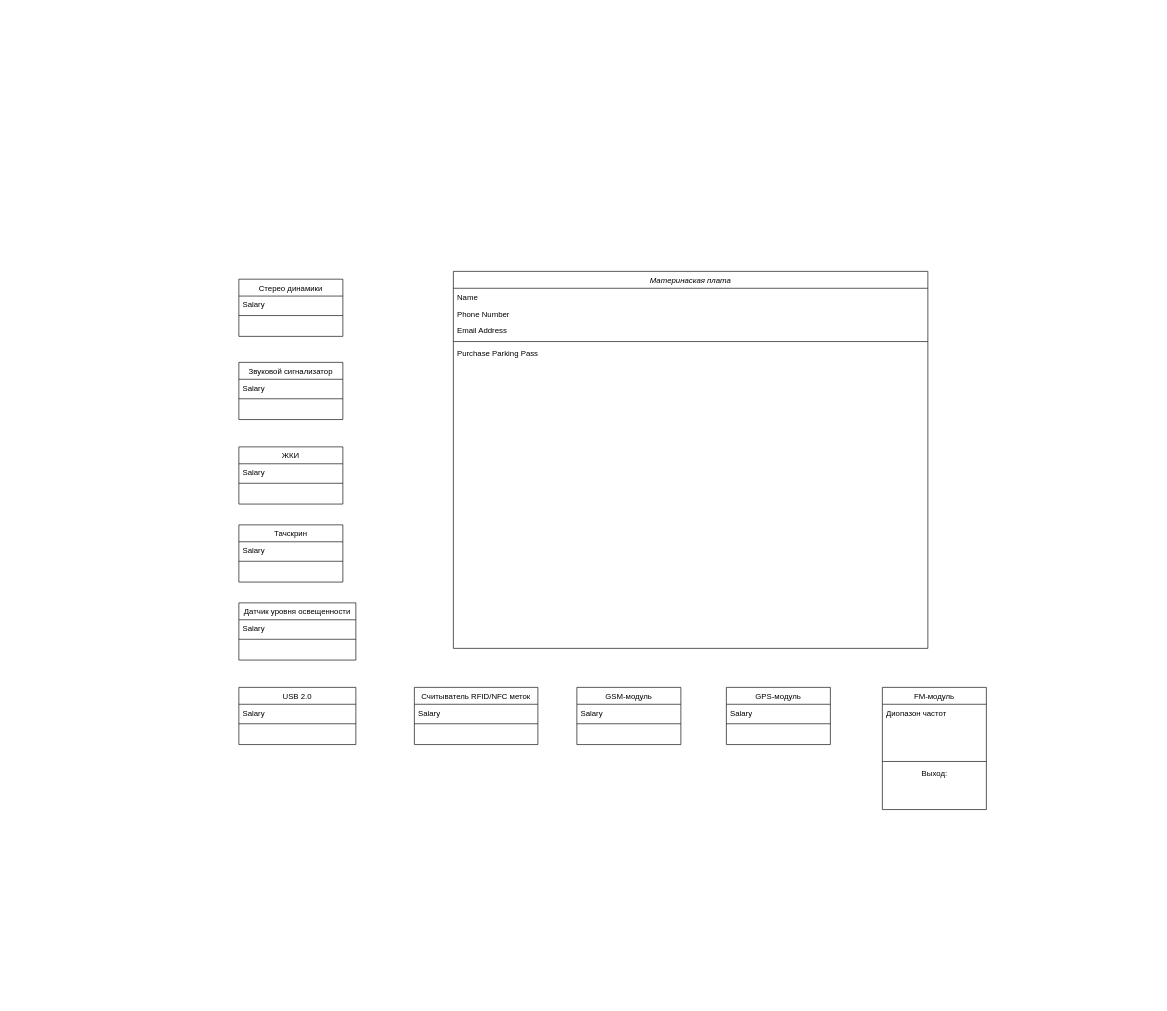
Before: 1.drawio in hsdgxoafadsvc/vbaMacros, a draw.io diagram. Source tidied: cells renumbered, new cells numbered last; positions are measured from the earlier drawing's top-left corner, leaving out a move shared by most shapes. Both pictures are drawn from the tidied source at 65%, with x=0, y=0 at pixel (239, 271).
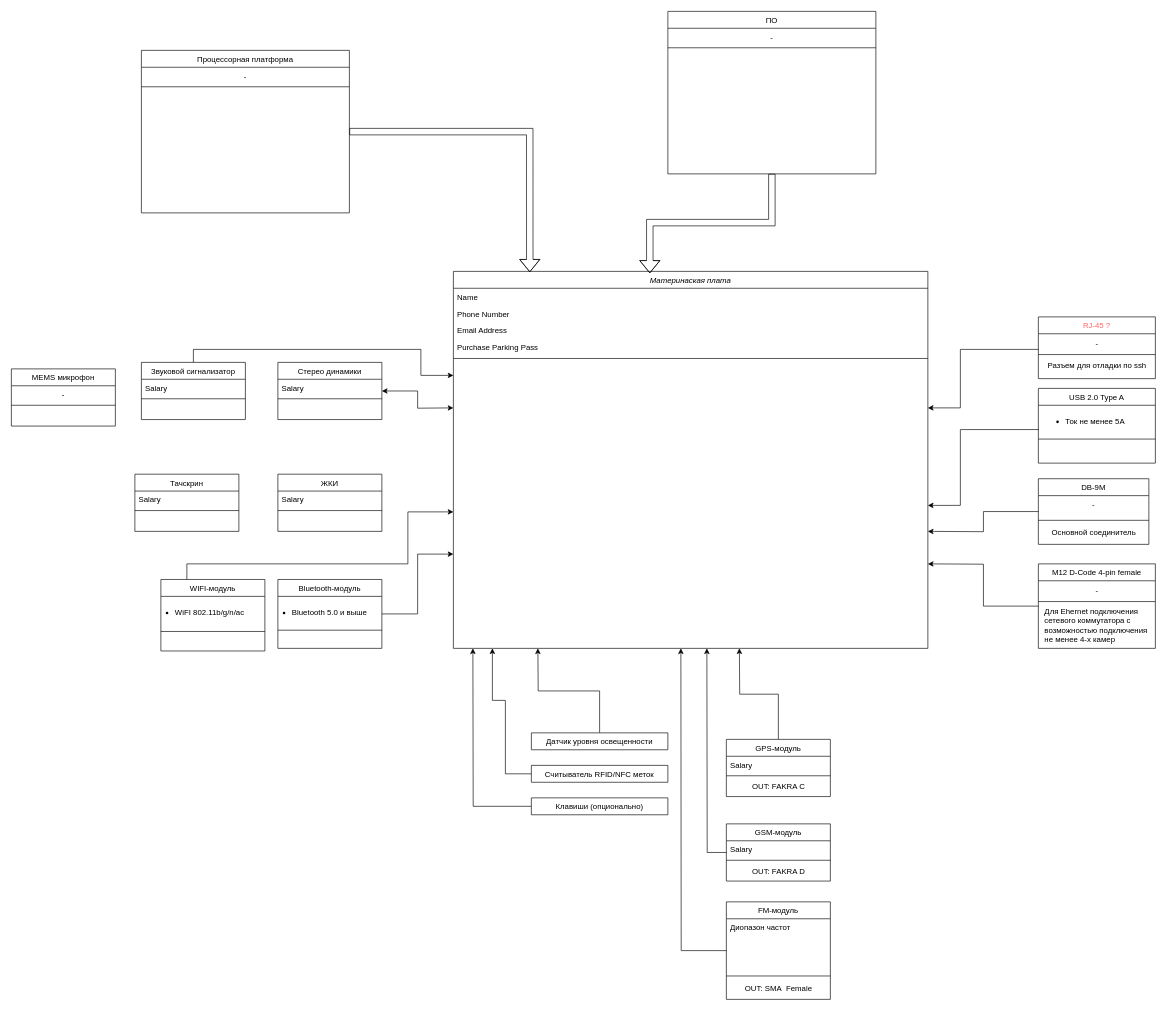
After the change.

The change refers to these unchanged cells:
```xml
<mxCell id="2" value="Материнаская плата" style="swimlane;fontStyle=2;align=center;verticalAlign=top;horizontal=1;startSize=26;rounded=0;shadow=0;strokeWidth=1;" parent="1" vertex="1">
  <mxGeometry x="330" width="730" height="580" as="geometry" />
</mxCell>
```

Change to the diagram source:
```diff
@@
+    <mxCell id="7" value="Purchase Parking Pass" style="text;align=left;verticalAlign=top;spacingLeft=4;spacingRight=4;overflow=hidden;" parent="2" vertex="1">
+      <mxGeometry y="104" width="730" height="26" as="geometry" />
+    </mxCell>
     <mxCell id="6" style="line;html=1;strokeWidth=1;align=left;verticalAlign=middle;spacingTop=-1;spacingLeft=3;spacingRight=3;labelPosition=right;" parent="2" vertex="1">
-      <mxGeometry y="104" width="730" height="8" as="geometry" />
+      <mxGeometry y="130" width="730" height="8" as="geometry" />
     </mxCell>
-    <mxCell id="7" value="Purchase Parking Pass" style="text;align=left;verticalAlign=top;spacingLeft=4;spacingRight=4;overflow=hidden;" parent="2" vertex="1">
-      <mxGeometry y="112" width="730" height="26" as="geometry" />
-    </mxCell>
+    <mxCell id="39" style="edgeStyle=orthogonalEdgeStyle;rounded=0;jettySize=auto;html=1;" parent="1" edge="1" source="8">
+      <mxGeometry relative="1" as="geometry">
+        <mxPoint x="680" y="580" as="targetPoint" />
+      </mxGeometry>
+    </mxCell>
     <mxCell id="8" value="FM-модуль" style="swimlane;fontStyle=0;align=center;verticalAlign=top;horizontal=1;startSize=26;rounded=0;shadow=0;strokeWidth=1;" parent="1" vertex="1">
-      <mxGeometry x="990" y="640" width="160" height="188" as="geometry" />
+      <mxGeometry x="750" y="970" width="160" height="150" as="geometry" />
     </mxCell>
@@
-    <mxCell id="11" value="Выход: " style="text;html=1;align=center;verticalAlign=middle;strokeColor=none;fillColor=none;" parent="8" vertex="1">
+    <mxCell id="11" value="OUT: SMA&amp;nbsp; Female" style="text;html=1;align=center;verticalAlign=middle;strokeColor=none;fillColor=none;" parent="8" vertex="1">
       <mxGeometry y="118" width="160" height="30" as="geometry" />
     </mxCell>
+    <mxCell id="40" style="edgeStyle=orthogonalEdgeStyle;rounded=0;jettySize=auto;html=1;" parent="1" edge="1" source="12">
+      <mxGeometry relative="1" as="geometry">
+        <mxPoint x="770" y="580" as="targetPoint" />
+      </mxGeometry>
+    </mxCell>
     <mxCell id="12" value="GPS-модуль" style="swimlane;fontStyle=0;align=center;verticalAlign=top;horizontal=1;startSize=26;rounded=0;shadow=0;strokeWidth=1;" parent="1" vertex="1">
-      <mxGeometry x="750" y="640" width="160" height="88" as="geometry" />
+      <mxGeometry x="750" y="720" width="160" height="88" as="geometry" />
     </mxCell>
@@
+    <mxCell id="41" style="edgeStyle=orthogonalEdgeStyle;rounded=0;jettySize=auto;html=1;" parent="1" edge="1" source="15">
+      <mxGeometry relative="1" as="geometry">
+        <mxPoint x="720" y="580" as="targetPoint" />
+      </mxGeometry>
+    </mxCell>
     <mxCell id="15" value="GSM-модуль" style="swimlane;fontStyle=0;align=center;verticalAlign=top;horizontal=1;startSize=26;rounded=0;shadow=0;strokeWidth=1;" parent="1" vertex="1">
-      <mxGeometry x="520" y="640" width="160" height="88" as="geometry" />
+      <mxGeometry x="750" y="850" width="160" height="88" as="geometry" />
     </mxCell>
@@
     <mxCell id="18" value="ЖКИ" style="swimlane;fontStyle=0;align=center;verticalAlign=top;horizontal=1;startSize=26;rounded=0;shadow=0;strokeWidth=1;" parent="1" vertex="1">
-      <mxGeometry y="270" width="160" height="88" as="geometry" />
+      <mxGeometry x="60" y="312" width="160" height="88" as="geometry" />
     </mxCell>
@@
     <mxCell id="21" value="Тачскрин" style="swimlane;fontStyle=0;align=center;verticalAlign=top;horizontal=1;startSize=26;rounded=0;shadow=0;strokeWidth=1;" parent="1" vertex="1">
-      <mxGeometry y="390" width="160" height="88" as="geometry" />
+      <mxGeometry x="-160" y="312" width="160" height="88" as="geometry" />
     </mxCell>
@@
+    <mxCell id="42" style="edgeStyle=orthogonalEdgeStyle;rounded=0;jettySize=auto;html=1;startArrow=classic;startFill=1;" parent="1" edge="1" source="24">
+      <mxGeometry relative="1" as="geometry">
+        <mxPoint x="330" y="210" as="targetPoint" />
+      </mxGeometry>
+    </mxCell>
     <mxCell id="24" value="Стерео динамики" style="swimlane;fontStyle=0;align=center;verticalAlign=top;horizontal=1;startSize=26;rounded=0;shadow=0;strokeWidth=1;" parent="1" vertex="1">
-      <mxGeometry y="12" width="160" height="88" as="geometry" />
+      <mxGeometry x="60" y="140" width="160" height="88" as="geometry" />
     </mxCell>
@@
+    <mxCell id="43" style="edgeStyle=orthogonalEdgeStyle;rounded=0;jettySize=auto;html=1;" parent="1" edge="1" source="27">
+      <mxGeometry relative="1" as="geometry">
+        <mxPoint x="330" y="160" as="targetPoint" />
+        <Array as="points">
+          <mxPoint x="-70" y="120" />
+          <mxPoint x="280" y="120" />
+          <mxPoint x="280" y="160" />
+        </Array>
+      </mxGeometry>
+    </mxCell>
     <mxCell id="27" value="Звуковой сигнализатор" style="swimlane;fontStyle=0;align=center;verticalAlign=top;horizontal=1;startSize=26;rounded=0;shadow=0;strokeWidth=1;" parent="1" vertex="1">
-      <mxGeometry y="140" width="160" height="88" as="geometry" />
+      <mxGeometry x="-150" y="140" width="160" height="88" as="geometry" />
     </mxCell>
@@
+    <mxCell id="44" style="edgeStyle=orthogonalEdgeStyle;rounded=0;jettySize=auto;html=1;" parent="1" edge="1" source="30">
+      <mxGeometry relative="1" as="geometry">
+        <mxPoint x="460" y="580" as="targetPoint" />
+      </mxGeometry>
+    </mxCell>
-    <mxCell id="30" value="Датчик уровня освещенности" style="swimlane;fontStyle=0;align=center;verticalAlign=top;horizontal=1;startSize=26;rounded=0;shadow=0;strokeWidth=1;" parent="1" vertex="1">
-      <mxGeometry y="510" width="180" height="88" as="geometry" />
+    <mxCell id="30" value="Датчик уровня освещенности" style="swimlane;fontStyle=0;align=center;verticalAlign=top;horizontal=1;startSize=26;rounded=0;shadow=0;strokeWidth=1;" parent="1" vertex="1" collapsed="1">
+      <mxGeometry x="450" y="710" width="210" height="26" as="geometry" />
     </mxCell>
-    <mxCell id="31" value="Salary" style="text;align=left;verticalAlign=top;spacingLeft=4;spacingRight=4;overflow=hidden;" parent="30" vertex="1">
-      <mxGeometry y="26" width="180" height="26" as="geometry" />
-    </mxCell>
-    <mxCell id="32" style="line;html=1;strokeWidth=1;align=left;verticalAlign=middle;spacingTop=-1;spacingLeft=3;spacingRight=3;labelPosition=right;" parent="30" vertex="1">
-      <mxGeometry y="52" width="180" height="8" as="geometry" />
-    </mxCell>
+    <mxCell id="45" style="edgeStyle=orthogonalEdgeStyle;rounded=0;jettySize=auto;html=1;exitX=0.004;exitY=0.747;exitDx=0;exitDy=0;exitPerimeter=0;" parent="1" edge="1" source="46">
+      <mxGeometry relative="1" as="geometry">
+        <mxPoint x="1060" y="360" as="targetPoint" />
+        <Array as="points">
+          <mxPoint x="1110" y="243" />
+          <mxPoint x="1110" y="360" />
+        </Array>
+      </mxGeometry>
+    </mxCell>
-    <mxCell id="33" value="USB 2.0" style="swimlane;fontStyle=0;align=center;verticalAlign=top;horizontal=1;startSize=26;rounded=0;shadow=0;strokeWidth=1;" parent="1" vertex="1">
-      <mxGeometry y="640" width="180" height="88" as="geometry" />
+    <mxCell id="33" value="USB 2.0 Type A" style="swimlane;fontStyle=0;align=center;verticalAlign=top;horizontal=1;startSize=26;rounded=0;shadow=0;strokeWidth=1;" parent="1" vertex="1">
+      <mxGeometry x="1230" y="180" width="180" height="115" as="geometry" />
     </mxCell>
-    <mxCell id="34" value="Salary" style="text;align=left;verticalAlign=top;spacingLeft=4;spacingRight=4;overflow=hidden;" parent="33" vertex="1">
-      <mxGeometry y="26" width="180" height="26" as="geometry" />
-    </mxCell>
+    <mxCell id="46" value="&lt;div align=&quot;left&quot;&gt;&lt;ul&gt;&lt;li&gt;Ток не менее 5А&lt;/li&gt;&lt;/ul&gt;&lt;/div&gt;" style="text;html=1;align=left;verticalAlign=middle;points=[];strokeColor=none;fillColor=none;" parent="33" vertex="1">
+      <mxGeometry y="26" width="180" height="50" as="geometry" />
+    </mxCell>
     <mxCell id="35" style="line;html=1;strokeWidth=1;align=left;verticalAlign=middle;spacingTop=-1;spacingLeft=3;spacingRight=3;labelPosition=right;" parent="33" vertex="1">
-      <mxGeometry y="52" width="180" height="8" as="geometry" />
+      <mxGeometry y="76" width="180" height="4" as="geometry" />
     </mxCell>
+    <mxCell id="47" style="edgeStyle=orthogonalEdgeStyle;rounded=0;jettySize=auto;html=1;" parent="1" edge="1" source="36">
+      <mxGeometry relative="1" as="geometry">
+        <mxPoint x="390" y="580" as="targetPoint" />
+        <Array as="points">
+          <mxPoint x="410" y="773" />
+          <mxPoint x="410" y="660" />
+        </Array>
+      </mxGeometry>
+    </mxCell>
-    <mxCell id="36" value="Считыватель RFID/NFC меток" style="swimlane;fontStyle=0;align=center;verticalAlign=top;horizontal=1;startSize=26;rounded=0;shadow=0;strokeWidth=1;" parent="1" vertex="1">
-      <mxGeometry x="270" y="640" width="190" height="88" as="geometry" />
+    <mxCell id="36" value="Считыватель RFID/NFC меток" style="swimlane;fontStyle=0;align=center;verticalAlign=top;horizontal=1;startSize=26;rounded=0;shadow=0;strokeWidth=1;" parent="1" vertex="1" collapsed="1">
+      <mxGeometry x="450" y="760" width="210" height="26" as="geometry" />
     </mxCell>
-    <mxCell id="37" value="Salary" style="text;align=left;verticalAlign=top;spacingLeft=4;spacingRight=4;overflow=hidden;" parent="36" vertex="1">
-      <mxGeometry y="26" width="190" height="26" as="geometry" />
-    </mxCell>
-    <mxCell id="38" style="line;html=1;strokeWidth=1;align=left;verticalAlign=middle;spacingTop=-1;spacingLeft=3;spacingRight=3;labelPosition=right;" parent="36" vertex="1">
-      <mxGeometry y="52" width="190" height="8" as="geometry" />
-    </mxCell>
+    <mxCell id="48" value="Процессорная платформа" style="swimlane;fontStyle=0;align=center;verticalAlign=top;horizontal=1;startSize=26;rounded=0;shadow=0;strokeWidth=1;" parent="1" vertex="1">
+      <mxGeometry x="-150" y="-340" width="320" height="250" as="geometry" />
+    </mxCell>
+    <mxCell id="49" value="-" style="text;align=center;verticalAlign=top;spacingLeft=4;spacingRight=4;overflow=hidden;" parent="48" vertex="1">
+      <mxGeometry y="26" width="320" height="26" as="geometry" />
+    </mxCell>
+    <mxCell id="50" style="line;html=1;strokeWidth=1;align=left;verticalAlign=middle;spacingTop=-1;spacingLeft=3;spacingRight=3;labelPosition=right;" parent="48" vertex="1">
+      <mxGeometry y="52" width="320" height="8" as="geometry" />
+    </mxCell>
+    <mxCell id="51" style="edgeStyle=orthogonalEdgeStyle;rounded=0;jettySize=auto;html=1;" parent="1" edge="1" source="52">
+      <mxGeometry relative="1" as="geometry">
+        <mxPoint x="330" y="370" as="targetPoint" />
+        <Array as="points">
+          <mxPoint x="-80" y="450" />
+          <mxPoint x="260" y="450" />
+          <mxPoint x="260" y="370" />
+        </Array>
+      </mxGeometry>
+    </mxCell>
+    <mxCell id="52" value="WIFI-модуль" style="swimlane;fontStyle=0;align=center;verticalAlign=top;horizontal=1;startSize=26;rounded=0;shadow=0;strokeWidth=1;" parent="1" vertex="1">
+      <mxGeometry x="-120" y="474" width="160" height="110" as="geometry" />
+    </mxCell>
+    <mxCell id="53" value="&lt;ul style=&quot;padding-left: 20px;&quot;&gt;&lt;li&gt;WiFI 802.11b/g/n/ac&lt;br&gt;&lt;/li&gt;&lt;/ul&gt;" style="text;html=1;align=left;verticalAlign=middle;strokeColor=none;fillColor=none;" parent="52" vertex="1">
+      <mxGeometry y="26" width="160" height="50" as="geometry" />
+    </mxCell>
+    <mxCell id="54" style="line;html=1;strokeWidth=1;align=left;verticalAlign=middle;spacingTop=-1;spacingLeft=3;spacingRight=3;labelPosition=right;" parent="52" vertex="1">
+      <mxGeometry y="76" width="160" height="8" as="geometry" />
+    </mxCell>
+    <mxCell id="55" style="edgeStyle=orthogonalEdgeStyle;rounded=0;jettySize=auto;html=1;entryX=0;entryY=0.75;entryDx=0;entryDy=0;" parent="1" edge="1" source="56" target="2">
+      <mxGeometry relative="1" as="geometry" />
+    </mxCell>
+    <mxCell id="56" value="Bluetooth-модуль" style="swimlane;fontStyle=0;align=center;verticalAlign=top;horizontal=1;startSize=26;rounded=0;shadow=0;strokeWidth=1;" parent="1" vertex="1">
+      <mxGeometry x="60" y="474" width="160" height="106" as="geometry" />
+    </mxCell>
+    <mxCell id="57" value="&lt;ul style=&quot;padding-left: 20px;&quot;&gt;&lt;li&gt;Bluetooth 5.0 и выше&lt;/li&gt;&lt;/ul&gt;" style="text;html=1;align=left;verticalAlign=middle;strokeColor=none;fillColor=none;" parent="56" vertex="1">
+      <mxGeometry y="26" width="160" height="50" as="geometry" />
+    </mxCell>
+    <mxCell id="58" style="line;html=1;strokeWidth=1;align=left;verticalAlign=middle;spacingTop=-1;spacingLeft=3;spacingRight=3;labelPosition=right;" parent="56" vertex="1">
+      <mxGeometry y="76" width="160" height="4" as="geometry" />
+    </mxCell>
+    <mxCell id="59" style="edgeStyle=orthogonalEdgeStyle;rounded=0;jettySize=auto;html=1;" parent="1" edge="1" source="60">
+      <mxGeometry relative="1" as="geometry">
+        <mxPoint x="1060" y="400" as="targetPoint" />
+      </mxGeometry>
+    </mxCell>
+    <mxCell id="60" value="DB-9M" style="swimlane;fontStyle=0;align=center;verticalAlign=top;horizontal=1;startSize=26;rounded=0;shadow=0;strokeWidth=1;" parent="1" vertex="1">
+      <mxGeometry x="1230" y="319" width="170" height="101" as="geometry" />
+    </mxCell>
+    <mxCell id="61" value="-" style="text;align=center;verticalAlign=top;spacingLeft=4;spacingRight=4;overflow=hidden;" parent="60" vertex="1">
+      <mxGeometry y="26" width="170" height="34" as="geometry" />
+    </mxCell>
+    <mxCell id="62" style="line;html=1;strokeWidth=1;align=left;verticalAlign=middle;spacingTop=-1;spacingLeft=3;spacingRight=3;labelPosition=right;" parent="60" vertex="1">
+      <mxGeometry y="60" width="170" height="8" as="geometry" />
+    </mxCell>
+    <mxCell id="63" value="Основной соединитель" style="text;html=1;align=center;verticalAlign=middle;strokeColor=none;fillColor=none;" parent="60" vertex="1">
+      <mxGeometry y="68" width="170" height="30" as="geometry" />
+    </mxCell>
+    <mxCell id="64" value="OUT: FAKRA D" style="text;html=1;align=center;verticalAlign=middle;strokeColor=none;fillColor=none;" parent="1" vertex="1">
+      <mxGeometry x="780" y="908" width="100" height="30" as="geometry" />
+    </mxCell>
+    <mxCell id="65" value="OUT: FAKRA C" style="text;html=1;align=center;verticalAlign=middle;strokeColor=none;fillColor=none;" parent="1" vertex="1">
+      <mxGeometry x="780" y="778" width="100" height="30" as="geometry" />
+    </mxCell>
+    <mxCell id="66" style="edgeStyle=orthogonalEdgeStyle;rounded=0;jettySize=auto;html=1;" parent="1" edge="1" source="67">
+      <mxGeometry relative="1" as="geometry">
+        <mxPoint x="360" y="580" as="targetPoint" />
+      </mxGeometry>
+    </mxCell>
+    <mxCell id="67" value="Клавиши (опционально)" style="swimlane;fontStyle=0;align=center;verticalAlign=top;horizontal=1;startSize=26;rounded=0;shadow=0;strokeWidth=1;" parent="1" vertex="1" collapsed="1">
+      <mxGeometry x="450" y="810" width="210" height="26" as="geometry" />
+    </mxCell>
+    <mxCell id="68" style="edgeStyle=orthogonalEdgeStyle;rounded=0;jettySize=auto;html=1;" parent="1" edge="1" source="69">
+      <mxGeometry relative="1" as="geometry">
+        <mxPoint x="1060" y="450" as="targetPoint" />
+      </mxGeometry>
+    </mxCell>
+    <mxCell id="69" value="M12 D-Code 4-pin female" style="swimlane;fontStyle=0;align=center;verticalAlign=top;horizontal=1;startSize=26;rounded=0;shadow=0;strokeWidth=1;" parent="1" vertex="1">
+      <mxGeometry x="1230" y="450" width="180" height="130" as="geometry" />
+    </mxCell>
+    <mxCell id="70" value="-" style="text;html=1;align=center;verticalAlign=middle;strokeColor=none;fillColor=none;" parent="69" vertex="1">
+      <mxGeometry y="26" width="180" height="30" as="geometry" />
+    </mxCell>
+    <mxCell id="71" style="line;html=1;strokeWidth=1;align=left;verticalAlign=middle;spacingTop=-1;spacingLeft=3;spacingRight=3;labelPosition=right;" parent="69" vertex="1">
+      <mxGeometry y="56" width="180" height="4" as="geometry" />
+    </mxCell>
+    <mxCell id="72" value="&lt;div align=&quot;justify&quot;&gt;Для Ehernet подключения&amp;nbsp;&lt;/div&gt;&lt;div align=&quot;justify&quot;&gt;сетевого коммутатора с&amp;nbsp;&lt;/div&gt;&lt;div align=&quot;justify&quot;&gt;возможностью подключения&amp;nbsp;&lt;/div&gt;&lt;div align=&quot;justify&quot;&gt;не менее 4-x камер&lt;/div&gt;" style="text;html=1;align=center;verticalAlign=middle;strokeColor=none;fillColor=none;" parent="69" vertex="1">
+      <mxGeometry y="60" width="180" height="70" as="geometry" />
+    </mxCell>
+    <mxCell id="73" style="edgeStyle=orthogonalEdgeStyle;rounded=0;jettySize=auto;html=1;" parent="1" edge="1" source="74">
+      <mxGeometry relative="1" as="geometry">
+        <mxPoint x="1060" y="210" as="targetPoint" />
+        <Array as="points">
+          <mxPoint x="1110" y="120" />
+          <mxPoint x="1110" y="210" />
+        </Array>
+      </mxGeometry>
+    </mxCell>
+    <mxCell id="74" value="RJ-45 ?" style="swimlane;fontStyle=0;align=center;verticalAlign=top;horizontal=1;startSize=26;rounded=0;shadow=0;strokeWidth=1;fontColor=#FF6666;" parent="1" vertex="1">
+      <mxGeometry x="1230" y="70" width="180" height="95" as="geometry" />
+    </mxCell>
+    <mxCell id="75" value="&lt;div align=&quot;center&quot;&gt;-&lt;/div&gt;" style="text;html=1;align=center;verticalAlign=middle;strokeColor=none;fillColor=none;" parent="74" vertex="1">
+      <mxGeometry y="26" width="180" height="30" as="geometry" />
+    </mxCell>
+    <mxCell id="76" style="line;html=1;strokeWidth=1;align=left;verticalAlign=middle;spacingTop=-1;spacingLeft=3;spacingRight=3;labelPosition=right;" parent="74" vertex="1">
+      <mxGeometry y="56" width="180" height="4" as="geometry" />
+    </mxCell>
+    <mxCell id="77" value="Разъем для отладки по ssh" style="text;html=1;align=center;verticalAlign=middle;strokeColor=none;fillColor=none;" parent="74" vertex="1">
+      <mxGeometry y="60" width="180" height="30" as="geometry" />
+    </mxCell>
+    <mxCell id="78" value="MEMS микрофон" style="swimlane;fontStyle=0;align=center;verticalAlign=top;horizontal=1;startSize=26;rounded=0;shadow=0;strokeWidth=1;" parent="1" vertex="1">
+      <mxGeometry x="-350" y="150" width="160" height="88" as="geometry" />
+    </mxCell>
+    <mxCell id="79" value="-" style="text;align=center;verticalAlign=top;spacingLeft=4;spacingRight=4;overflow=hidden;" parent="78" vertex="1">
+      <mxGeometry y="26" width="160" height="26" as="geometry" />
+    </mxCell>
+    <mxCell id="80" style="line;html=1;strokeWidth=1;align=left;verticalAlign=middle;spacingTop=-1;spacingLeft=3;spacingRight=3;labelPosition=right;" parent="78" vertex="1">
+      <mxGeometry y="52" width="160" height="8" as="geometry" />
+    </mxCell>
+    <mxCell id="81" style="edgeStyle=orthogonalEdgeStyle;rounded=0;jettySize=auto;html=1;entryX=0.161;entryY=0.002;entryDx=0;entryDy=0;entryPerimeter=0;shape=flexArrow;" parent="1" edge="1" source="48" target="2">
+      <mxGeometry relative="1" as="geometry" />
+    </mxCell>
+    <mxCell id="82" value="ПО" style="swimlane;fontStyle=0;align=center;verticalAlign=top;horizontal=1;startSize=26;rounded=0;shadow=0;strokeWidth=1;" parent="1" vertex="1">
+      <mxGeometry x="660" y="-400" width="320" height="250" as="geometry" />
+    </mxCell>
+    <mxCell id="83" value="-" style="text;align=center;verticalAlign=top;spacingLeft=4;spacingRight=4;overflow=hidden;" parent="82" vertex="1">
+      <mxGeometry y="26" width="320" height="26" as="geometry" />
+    </mxCell>
+    <mxCell id="84" style="line;html=1;strokeWidth=1;align=left;verticalAlign=middle;spacingTop=-1;spacingLeft=3;spacingRight=3;labelPosition=right;" parent="82" vertex="1">
+      <mxGeometry y="52" width="320" height="8" as="geometry" />
+    </mxCell>
+    <mxCell id="85" style="edgeStyle=orthogonalEdgeStyle;rounded=0;jettySize=auto;html=1;entryX=0.414;entryY=0.005;entryDx=0;entryDy=0;entryPerimeter=0;shape=flexArrow;" parent="1" edge="1" source="82" target="2">
+      <mxGeometry relative="1" as="geometry" />
+    </mxCell>
```
